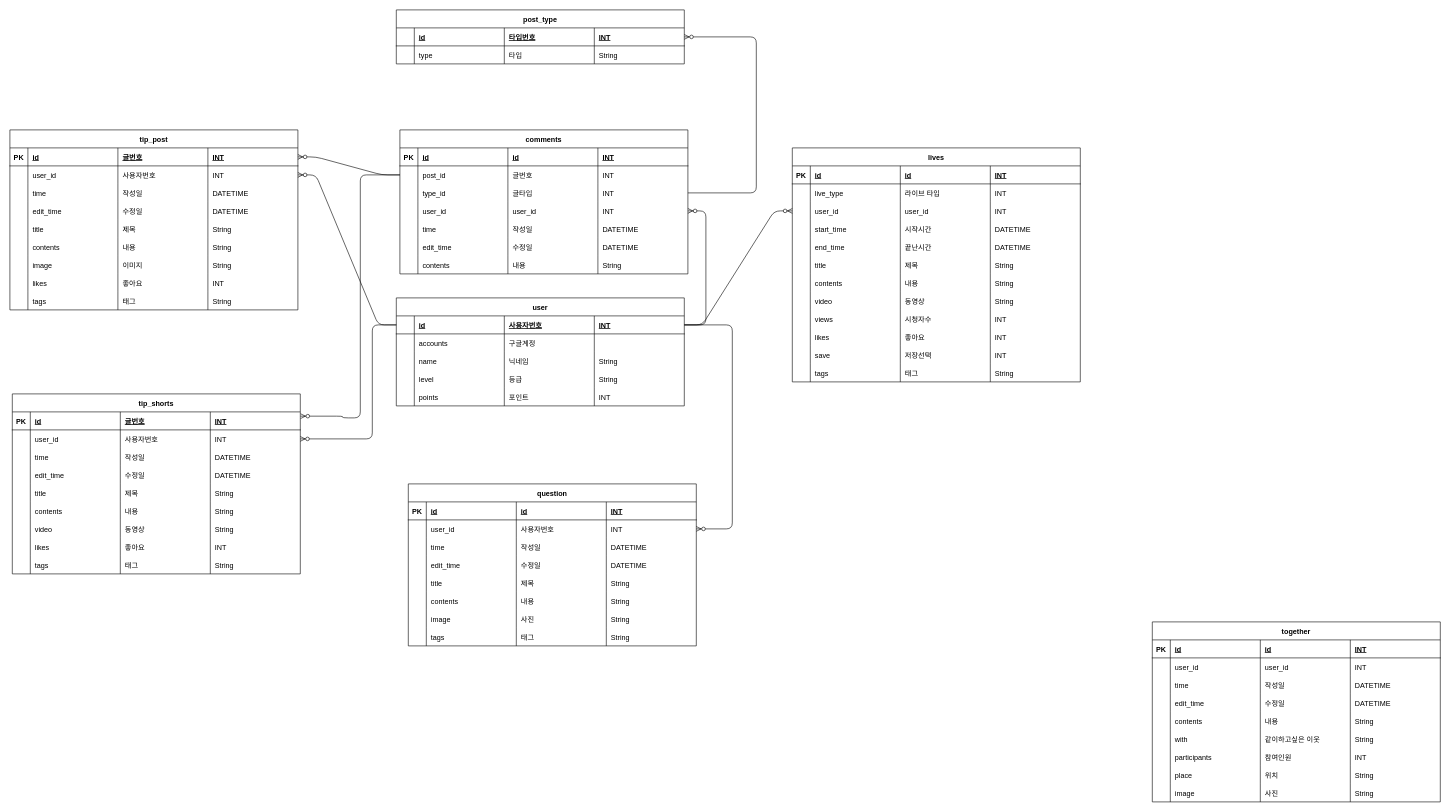
Before: Untitled Diagram.drawio in fjwldap/2016726031, a draw.io diagram. Source tidied: cells renumbered, new cells numbered last; positions are measured from the earlier drawing's top-left corner, leaving out a move shared by most shapes. Both pictures are drawn from the tidied source at 60%, with x=0, y=0 at pixel (10, 10).
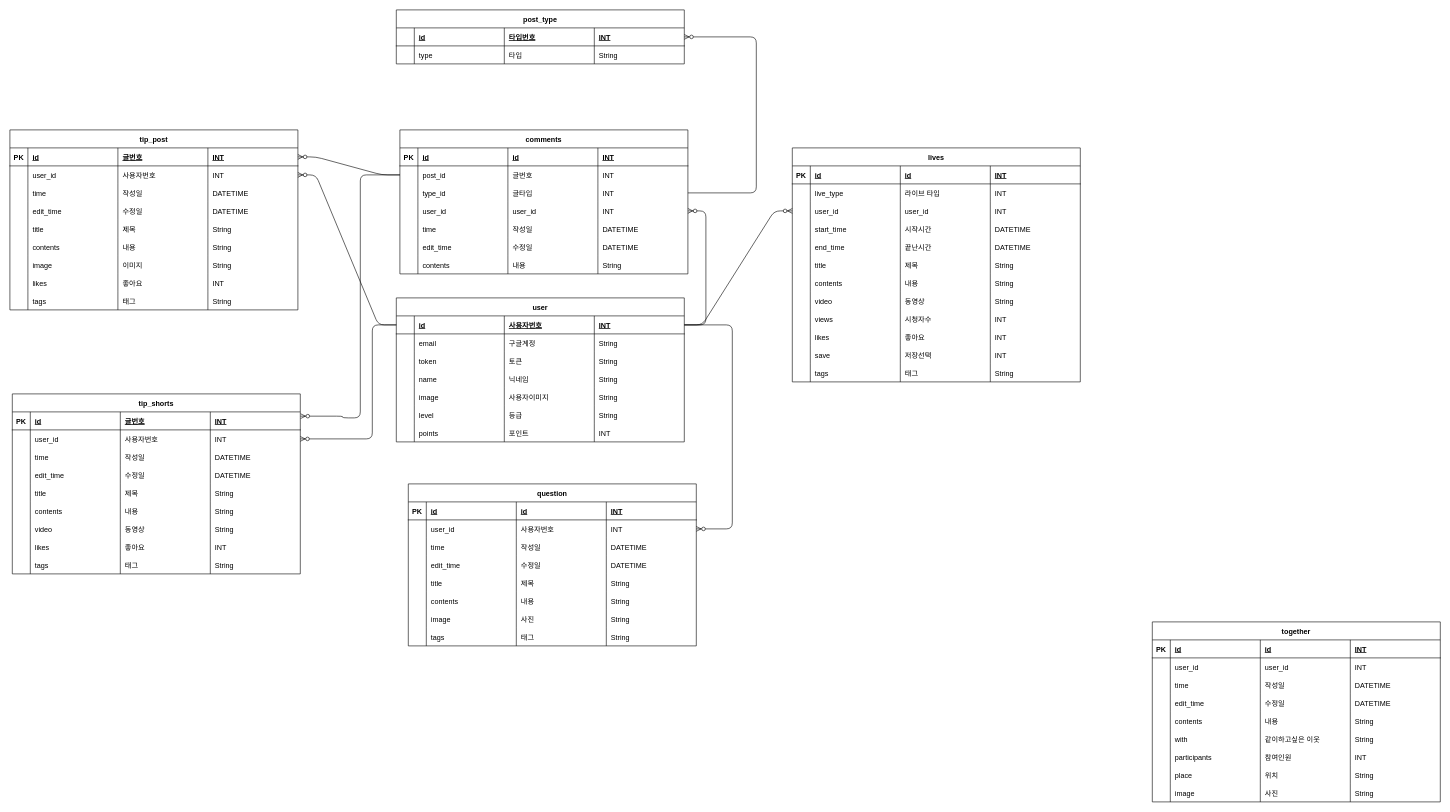
Above is the later version.

Unchanged cells that the change refers to:
```xml
<mxCell id="8" style="shape=partialRectangle;fillColor=none;top=0;left=0;bottom=0;right=0;" parent="2" vertex="1">
  <mxGeometry y="60" width="480" height="30" as="geometry" />
</mxCell>
```

The edit, as a diff of the source:
```diff
@@
     <mxCell id="2" value="user" style="shape=table;startSize=30;childLayout=tableLayout;rowLines=0;fontStyle=1;align=center;" parent="1" vertex="1">
-      <mxGeometry x="644" y="480" width="480" height="180" as="geometry" />
+      <mxGeometry x="644" y="480" width="480" height="240" as="geometry" />
     </mxCell>
@@
-    <mxCell id="10" value="accounts" style="shape=partialRectangle;fillColor=none;top=0;left=0;bottom=0;right=0;align=left;spacingLeft=6;overflow=hidden;" parent="8" vertex="1">
+    <mxCell id="10" value="email" style="shape=partialRectangle;fillColor=none;top=0;left=0;bottom=0;right=0;align=left;spacingLeft=6;overflow=hidden;" parent="8" vertex="1">
       <mxGeometry x="30" width="150" height="30" as="geometry" />
     </mxCell>
@@
-    <mxCell id="12" style="shape=partialRectangle;fillColor=none;top=0;left=0;bottom=0;right=0;align=left;spacingLeft=6;overflow=hidden;" parent="8" vertex="1">
+    <mxCell id="12" value="String" style="shape=partialRectangle;fillColor=none;top=0;left=0;bottom=0;right=0;align=left;spacingLeft=6;overflow=hidden;" parent="8" vertex="1">
       <mxGeometry x="330" width="150" height="30" as="geometry" />
     </mxCell>
+    <mxCell id="323" style="shape=partialRectangle;fillColor=none;top=0;left=0;bottom=0;right=0;" parent="2" vertex="1">
+      <mxGeometry y="90" width="480" height="30" as="geometry" />
+    </mxCell>
+    <mxCell id="324" style="shape=partialRectangle;fillColor=none;top=0;left=0;bottom=0;right=0;overflow=hidden;" parent="323" vertex="1">
+      <mxGeometry width="30" height="30" as="geometry" />
+    </mxCell>
+    <mxCell id="325" value="token" style="shape=partialRectangle;fillColor=none;top=0;left=0;bottom=0;right=0;align=left;spacingLeft=6;overflow=hidden;" parent="323" vertex="1">
+      <mxGeometry x="30" width="150" height="30" as="geometry" />
+    </mxCell>
+    <mxCell id="326" value="토큰" style="shape=partialRectangle;fillColor=none;top=0;left=0;bottom=0;right=0;align=left;spacingLeft=6;overflow=hidden;" parent="323" vertex="1">
+      <mxGeometry x="180" width="150" height="30" as="geometry" />
+    </mxCell>
+    <mxCell id="327" value="String" style="shape=partialRectangle;fillColor=none;top=0;left=0;bottom=0;right=0;align=left;spacingLeft=6;overflow=hidden;" parent="323" vertex="1">
+      <mxGeometry x="330" width="150" height="30" as="geometry" />
+    </mxCell>
     <mxCell id="13" style="shape=partialRectangle;fillColor=none;top=0;left=0;bottom=0;right=0;" parent="2" vertex="1">
-      <mxGeometry y="90" width="480" height="30" as="geometry" />
+      <mxGeometry y="120" width="480" height="30" as="geometry" />
     </mxCell>
@@
+    <mxCell id="328" style="shape=partialRectangle;fillColor=none;top=0;left=0;bottom=0;right=0;" parent="2" vertex="1">
+      <mxGeometry y="150" width="480" height="30" as="geometry" />
+    </mxCell>
+    <mxCell id="329" style="shape=partialRectangle;fillColor=none;top=0;left=0;bottom=0;right=0;overflow=hidden;" parent="328" vertex="1">
+      <mxGeometry width="30" height="30" as="geometry" />
+    </mxCell>
+    <mxCell id="330" value="image" style="shape=partialRectangle;fillColor=none;top=0;left=0;bottom=0;right=0;align=left;spacingLeft=6;overflow=hidden;" parent="328" vertex="1">
+      <mxGeometry x="30" width="150" height="30" as="geometry" />
+    </mxCell>
+    <mxCell id="331" value="사용자이미지" style="shape=partialRectangle;fillColor=none;top=0;left=0;bottom=0;right=0;align=left;spacingLeft=6;overflow=hidden;" parent="328" vertex="1">
+      <mxGeometry x="180" width="150" height="30" as="geometry" />
+    </mxCell>
+    <mxCell id="332" value="String" style="shape=partialRectangle;fillColor=none;top=0;left=0;bottom=0;right=0;align=left;spacingLeft=6;overflow=hidden;" parent="328" vertex="1">
+      <mxGeometry x="330" width="150" height="30" as="geometry" />
+    </mxCell>
     <mxCell id="18" style="shape=partialRectangle;fillColor=none;top=0;left=0;bottom=0;right=0;" parent="2" vertex="1">
-      <mxGeometry y="120" width="480" height="30" as="geometry" />
+      <mxGeometry y="180" width="480" height="30" as="geometry" />
     </mxCell>
@@
     <mxCell id="23" style="shape=partialRectangle;fillColor=none;top=0;left=0;bottom=0;right=0;" parent="2" vertex="1">
-      <mxGeometry y="150" width="480" height="30" as="geometry" />
+      <mxGeometry y="210" width="480" height="30" as="geometry" />
     </mxCell>
```
